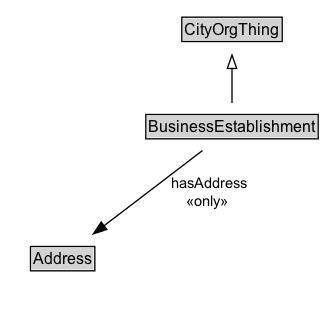
Earlier version of the Graphviz export docs/diagrams/BusinessEstablishment.dot.png (ISO-TC204/ontology-cdm-p2-v1). Its source is kept beside it as docs/diagrams/BusinessEstablishment.dot.
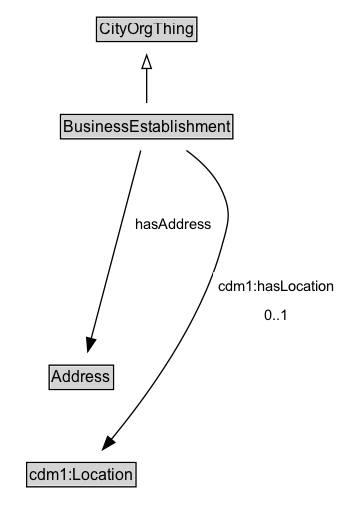
Above is the later version.

Diff of the diagram source:
```diff
@@ -3,18 +3,25 @@
 	node [fontname=Arial fontsize=12 margin=0 shape=none]
 	edge [fontname=Arial fontsize=11]
 	{
+		rank=source
+		CityOrgThing [label=<<TABLE BORDER="1" CELLBORDER="0" CELLSPACING="0" CELLPADDING="1"><TR><TD BGCOLOR="lightgray" ALIGN="CENTER">CityOrgThing</TD></TR></TABLE>> URL="../CityOrgThing" margin=0]
+	}
+	BusinessEstablishment [label=<<TABLE BORDER="1" CELLBORDER="0" CELLSPACING="0" CELLPADDING="1"><TR><TD BGCOLOR="lightgray" ALIGN="CENTER">BusinessEstablishment</TD></TR></TABLE>> URL="../BusinessEstablishment" margin=0]
+	{
 		rank=max
-		BusinessEstablishment [label=<<TABLE BORDER="1" CELLBORDER="0" CELLSPACING="0" CELLPADDING="1"><TR><TD BGCOLOR="lightgray" ALIGN="CENTER" PORT="e">BusinessEstablishment</TD></TR></TABLE>> URL="../BusinessEstablishment.md" margin=0]
 	}
 	subgraph cluster_associated {
 		label="" style=invis
 		Invis [label=<<TABLE BORDER="0" CELLBORDER="0" CELLSPACING="0" CELLPADDING="1"><TR><TD></TD></TR></TABLE>> margin=0 style=invis]
-		Address [label=<<TABLE BORDER="1" CELLBORDER="0" CELLSPACING="0" CELLPADDING="1"><TR><TD BGCOLOR="lightgray" ALIGN="CENTER">Address</TD></TR></TABLE>> URL="../Address.md" margin=0]
+		Address [label=<<TABLE BORDER="1" CELLBORDER="0" CELLSPACING="0" CELLPADDING="1"><TR><TD BGCOLOR="lightgray" ALIGN="CENTER">Address</TD></TR></TABLE>> URL="../Address" margin=0]
+		cdm1_Location [label=<<TABLE BORDER="1" CELLBORDER="0" CELLSPACING="0" CELLPADDING="1"><TR><TD BGCOLOR="lightgray" ALIGN="CENTER">cdm1:Location</TD></TR></TABLE>> URL="https://w3id.org/citydata/part1/v1/Location" margin=0]
 	}
-	CityOrgThing [label=<<TABLE BORDER="1" CELLBORDER="0" CELLSPACING="0" CELLPADDING="1"><TR><TD BGCOLOR="lightgray" ALIGN="CENTER">CityOrgThing</TD></TR></TABLE>> URL="../CityOrgThing.md" margin=0]
 	BusinessEstablishment -> CityOrgThing [arrowhead=onormal style=solid]
 	BusinessEstablishment -> Invis [style=invis]
 	Invis -> Address [style=invis]
-	BusinessEstablishment -> Address [label=" hasAddress
- «only»  " arrowhead=normal style=solid]
+	Address -> cdm1_Location [style=invis]
+	cdm1_Location [label=<<TABLE BORDER="1" CELLBORDER="0" CELLSPACING="0" CELLPADDING="1"><TR><TD BGCOLOR="lightgray" ALIGN="CENTER">cdm1:Location</TD></TR></TABLE>> URL="https://w3id.org/citydata/part1/v1/Location" margin=0]
+	BusinessEstablishment -> cdm1_Location [label=<<TABLE BORDER="0" CELLBORDER="0" CELLSPACING="0" CELLPADDING="4" BGCOLOR="white"><TR><TD ALIGN="CENTER">cdm1:hasLocation</TD></TR><TR><TD ALIGN="CENTER">0..1</TD></TR></TABLE>> arrowhead=normal style=solid]
+	Address [label=<<TABLE BORDER="1" CELLBORDER="0" CELLSPACING="0" CELLPADDING="1"><TR><TD BGCOLOR="lightgray" ALIGN="CENTER">Address</TD></TR></TABLE>> URL="../Address" margin=0]
+	BusinessEstablishment -> Address [label=<<TABLE BORDER="0" CELLBORDER="0" CELLSPACING="0" CELLPADDING="4" BGCOLOR="white"><TR><TD ALIGN="CENTER">hasAddress</TD></TR></TABLE>> arrowhead=normal style=solid]
 }
```
